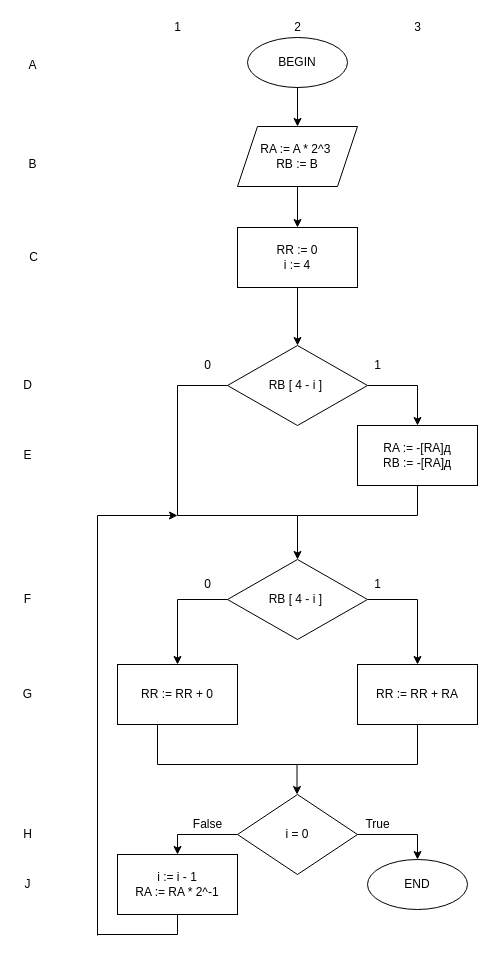
The draw.io diagram Блок операций_1_Умножение.drawio in TimurQQ/Workshop, before the edit. Source tidied: cells renumbered, new cells numbered last; positions are measured from the earlier drawing's top-left corner, leaving out a move shared by most shapes. Both pictures are drawn from the tidied source at 100%, with x=0, y=0 at pixel (17, 17).
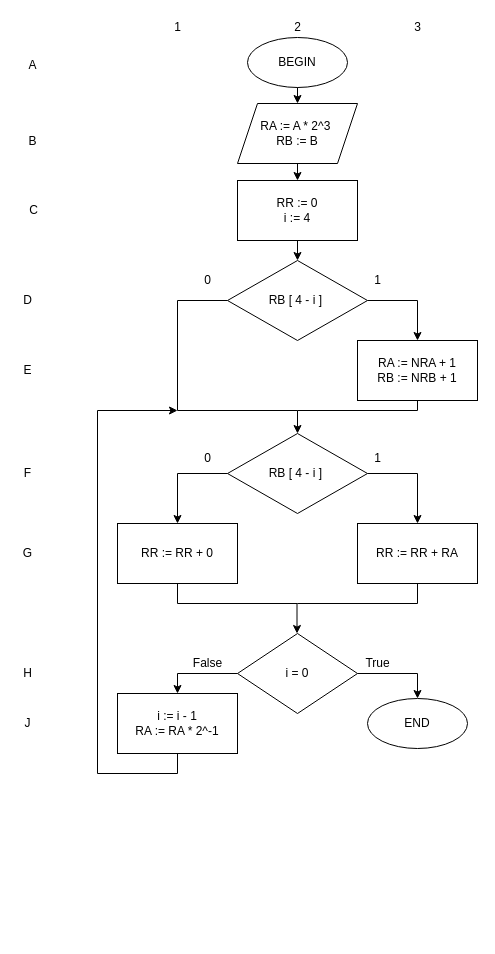
The same diagram, later.

What changed in the source:
```diff
@@
     <mxCell id="3" value="RA := A * 2^3&amp;nbsp;&lt;br&gt;RB := B" style="shape=parallelogram;perimeter=parallelogramPerimeter;whiteSpace=wrap;html=1;fixedSize=1;" parent="1" vertex="1">
-      <mxGeometry x="220" y="109" width="120" height="60" as="geometry" />
+      <mxGeometry x="220" y="86" width="120" height="60" as="geometry" />
     </mxCell>
@@
     <mxCell id="5" value="RR := 0&lt;br&gt;i := 4" style="rounded=0;whiteSpace=wrap;html=1;" parent="1" vertex="1">
-      <mxGeometry x="220" y="210" width="120" height="60" as="geometry" />
+      <mxGeometry x="220" y="163" width="120" height="60" as="geometry" />
     </mxCell>
@@
     <mxCell id="7" style="endArrow=none;html=1;rounded=0;entryX=1;entryY=0.5;entryDx=0;entryDy=0;" parent="1" edge="1" target="48">
       <mxGeometry relative="1" as="geometry">
-        <mxPoint x="400" y="368" as="sourcePoint" />
+        <mxPoint x="400" y="283" as="sourcePoint" />
       </mxGeometry>
     </mxCell>
     <mxCell id="8" style="endArrow=none;html=1;rounded=0;exitX=0;exitY=0.5;exitDx=0;exitDy=0;" parent="1" edge="1" source="48">
       <mxGeometry relative="1" as="geometry">
-        <mxPoint x="160" y="368" as="targetPoint" />
+        <mxPoint x="160" y="283" as="targetPoint" />
       </mxGeometry>
     </mxCell>
-    <mxCell id="9" value="RA := -[RA]д&lt;br&gt;RB := -[RA]д" style="rounded=0;whiteSpace=wrap;html=1;" parent="1" vertex="1">
-      <mxGeometry x="340" y="408" width="120" height="60" as="geometry" />
+    <mxCell id="9" value="RA := NRA + 1&lt;br&gt;RB := NRB + 1" style="rounded=0;whiteSpace=wrap;html=1;" parent="1" vertex="1">
+      <mxGeometry x="340" y="323" width="120" height="60" as="geometry" />
     </mxCell>
     <mxCell id="10" style="endArrow=none;html=1;rounded=0;" parent="1" edge="1">
       <mxGeometry relative="1" as="geometry">
-        <mxPoint x="160" y="498" as="sourcePoint" />
-        <mxPoint x="280" y="498" as="targetPoint" />
+        <mxPoint x="160" y="393" as="sourcePoint" />
+        <mxPoint x="280" y="393" as="targetPoint" />
       </mxGeometry>
     </mxCell>
     <mxCell id="11" style="endArrow=classic;html=1;rounded=0;entryX=0.5;entryY=0;entryDx=0;entryDy=0;" parent="1" edge="1" target="16">
       <mxGeometry relative="1" as="geometry">
-        <mxPoint x="280" y="498" as="sourcePoint" />
+        <mxPoint x="280" y="393" as="sourcePoint" />
       </mxGeometry>
     </mxCell>
     <mxCell id="12" style="endArrow=none;html=1;rounded=0;entryX=0.5;entryY=1;entryDx=0;entryDy=0;" parent="1" edge="1" target="9">
       <mxGeometry relative="1" as="geometry">
-        <mxPoint x="400" y="498" as="sourcePoint" />
+        <mxPoint x="400" y="393" as="sourcePoint" />
       </mxGeometry>
     </mxCell>
     <mxCell id="13" style="endArrow=none;html=1;rounded=0;" parent="1" edge="1">
       <mxGeometry relative="1" as="geometry">
-        <mxPoint x="280" y="498" as="sourcePoint" />
-        <mxPoint x="400" y="498" as="targetPoint" />
+        <mxPoint x="280" y="393" as="sourcePoint" />
+        <mxPoint x="400" y="393" as="targetPoint" />
       </mxGeometry>
     </mxCell>
     <mxCell id="14" value="0" style="text;html=1;align=center;verticalAlign=middle;strokeColor=none;fillColor=none;" parent="1" vertex="1">
-      <mxGeometry x="180" y="338" width="20" height="20" as="geometry" />
+      <mxGeometry x="180" y="253" width="20" height="20" as="geometry" />
     </mxCell>
     <mxCell id="15" value="1" style="text;html=1;align=center;verticalAlign=middle;strokeColor=none;fillColor=none;strokeWidth=1;" parent="1" vertex="1">
-      <mxGeometry x="350" y="338" width="20" height="20" as="geometry" />
+      <mxGeometry x="350" y="253" width="20" height="20" as="geometry" />
     </mxCell>
     <mxCell id="16" value="RB [ 4 - i ]&amp;nbsp;" style="rhombus;whiteSpace=wrap;html=1;strokeWidth=1;" parent="1" vertex="1">
-      <mxGeometry x="210" y="542" width="140" height="80" as="geometry" />
+      <mxGeometry x="210" y="416" width="140" height="80" as="geometry" />
     </mxCell>
     <mxCell id="17" style="endArrow=none;html=1;rounded=0;exitX=1;exitY=0.5;exitDx=0;exitDy=0;" parent="1" edge="1" source="16">
       <mxGeometry relative="1" as="geometry">
-        <mxPoint x="400" y="582" as="targetPoint" />
+        <mxPoint x="400" y="456" as="targetPoint" />
       </mxGeometry>
     </mxCell>
     <mxCell id="18" style="endArrow=none;html=1;rounded=0;exitX=0;exitY=0.5;exitDx=0;exitDy=0;" parent="1" edge="1" source="16">
       <mxGeometry relative="1" as="geometry">
-        <mxPoint x="160" y="582" as="targetPoint" />
+        <mxPoint x="160" y="456" as="targetPoint" />
       </mxGeometry>
     </mxCell>
     <mxCell id="19" value="1" style="text;html=1;align=center;verticalAlign=middle;strokeColor=none;fillColor=none;strokeWidth=1;" parent="1" vertex="1">
-      <mxGeometry x="350" y="557" width="20" height="20" as="geometry" />
+      <mxGeometry x="350" y="431" width="20" height="20" as="geometry" />
     </mxCell>
     <mxCell id="20" value="0" style="text;html=1;align=center;verticalAlign=middle;strokeColor=none;fillColor=none;" parent="1" vertex="1">
-      <mxGeometry x="180" y="557" width="20" height="20" as="geometry" />
+      <mxGeometry x="180" y="431" width="20" height="20" as="geometry" />
     </mxCell>
     <mxCell id="21" value="RR := RR + RA" style="rounded=0;whiteSpace=wrap;html=1;strokeWidth=1;" parent="1" vertex="1">
-      <mxGeometry x="340" y="647" width="120" height="60" as="geometry" />
+      <mxGeometry x="340" y="506" width="120" height="60" as="geometry" />
     </mxCell>
     <mxCell id="22" style="endArrow=classic;html=1;rounded=0;entryX=0.5;entryY=0;entryDx=0;entryDy=0;" parent="1" edge="1" target="21">
       <mxGeometry relative="1" as="geometry">
-        <mxPoint x="400" y="582" as="sourcePoint" />
+        <mxPoint x="400" y="456" as="sourcePoint" />
       </mxGeometry>
     </mxCell>
     <mxCell id="23" value="RR := RR + 0" style="rounded=0;whiteSpace=wrap;html=1;strokeWidth=1;" parent="1" vertex="1">
-      <mxGeometry x="100" y="647" width="120" height="60" as="geometry" />
+      <mxGeometry x="100" y="506" width="120" height="60" as="geometry" />
     </mxCell>
     <mxCell id="24" style="endArrow=classic;html=1;rounded=0;entryX=0.5;entryY=0;entryDx=0;entryDy=0;" parent="1" edge="1" target="23">
       <mxGeometry relative="1" as="geometry">
-        <mxPoint x="160" y="582" as="sourcePoint" />
+        <mxPoint x="160" y="456" as="sourcePoint" />
       </mxGeometry>
     </mxCell>
-    <mxCell id="25" style="endArrow=none;html=1;rounded=0;" parent="1" edge="1">
+    <mxCell id="25" style="endArrow=none;html=1;rounded=0;exitX=0.5;exitY=1;exitDx=0;exitDy=0;" parent="1" edge="1" source="23">
       <mxGeometry relative="1" as="geometry">
-        <mxPoint x="140" y="707" as="sourcePoint" />
-        <mxPoint x="140" y="747" as="targetPoint" />
+        <mxPoint x="160" y="586" as="targetPoint" />
       </mxGeometry>
     </mxCell>
     <mxCell id="26" style="endArrow=none;html=1;rounded=0;exitX=0.5;exitY=1;exitDx=0;exitDy=0;" parent="1" edge="1" source="21">
       <mxGeometry relative="1" as="geometry">
-        <mxPoint x="400" y="747" as="targetPoint" />
+        <mxPoint x="400" y="586" as="targetPoint" />
       </mxGeometry>
     </mxCell>
     <mxCell id="27" style="endArrow=none;html=1;rounded=0;" parent="1" edge="1">
       <mxGeometry relative="1" as="geometry">
-        <mxPoint x="140" y="747" as="sourcePoint" />
-        <mxPoint x="280" y="747" as="targetPoint" />
+        <mxPoint x="160" y="586" as="sourcePoint" />
+        <mxPoint x="280" y="586" as="targetPoint" />
       </mxGeometry>
     </mxCell>
     <mxCell id="28" style="endArrow=none;html=1;rounded=0;" parent="1" edge="1">
       <mxGeometry relative="1" as="geometry">
-        <mxPoint x="280" y="747" as="sourcePoint" />
-        <mxPoint x="400" y="747" as="targetPoint" />
+        <mxPoint x="280" y="586" as="sourcePoint" />
+        <mxPoint x="400" y="586" as="targetPoint" />
       </mxGeometry>
     </mxCell>
     <mxCell id="29" style="endArrow=classic;html=1;rounded=0;" parent="1" edge="1">
       <mxGeometry relative="1" as="geometry">
-        <mxPoint x="279.5" y="747" as="sourcePoint" />
-        <mxPoint x="279.5" y="777" as="targetPoint" />
+        <mxPoint x="279.5" y="586" as="sourcePoint" />
+        <mxPoint x="279.5" y="616" as="targetPoint" />
       </mxGeometry>
     </mxCell>
     <mxCell id="30" value="i = 0" style="rhombus;whiteSpace=wrap;html=1;strokeWidth=1;" parent="1" vertex="1">
-      <mxGeometry x="220" y="777" width="120" height="80" as="geometry" />
+      <mxGeometry x="220" y="616" width="120" height="80" as="geometry" />
     </mxCell>
     <mxCell id="31" style="endArrow=none;html=1;rounded=0;entryX=1;entryY=0.5;entryDx=0;entryDy=0;" parent="1" edge="1" target="30">
       <mxGeometry relative="1" as="geometry">
-        <mxPoint x="400" y="817" as="sourcePoint" />
+        <mxPoint x="400" y="656" as="sourcePoint" />
       </mxGeometry>
     </mxCell>
     <mxCell id="32" style="endArrow=none;html=1;rounded=0;entryX=0;entryY=0.5;entryDx=0;entryDy=0;" parent="1" edge="1" target="30">
       <mxGeometry relative="1" as="geometry">
-        <mxPoint x="160" y="817" as="sourcePoint" />
+        <mxPoint x="160" y="656" as="sourcePoint" />
       </mxGeometry>
     </mxCell>
     <mxCell id="33" value="True" style="text;html=1;align=center;verticalAlign=middle;strokeColor=none;fillColor=none;" parent="1" vertex="1">
-      <mxGeometry x="340" y="797" width="40" height="20" as="geometry" />
+      <mxGeometry x="340" y="636" width="40" height="20" as="geometry" />
     </mxCell>
     <mxCell id="34" value="False" style="text;html=1;align=center;verticalAlign=middle;strokeColor=none;fillColor=none;" parent="1" vertex="1">
-      <mxGeometry x="170" y="797" width="40" height="20" as="geometry" />
+      <mxGeometry x="170" y="636" width="40" height="20" as="geometry" />
     </mxCell>
     <mxCell id="35" style="endArrow=classic;html=1;rounded=0;" parent="1" edge="1" target="36">
       <mxGeometry relative="1" as="geometry">
-        <mxPoint x="400" y="817" as="sourcePoint" />
+        <mxPoint x="400" y="656" as="sourcePoint" />
       </mxGeometry>
     </mxCell>
     <mxCell id="36" value="END" style="ellipse;whiteSpace=wrap;html=1;strokeWidth=1;" parent="1" vertex="1">
-      <mxGeometry x="350" y="842" width="100" height="50" as="geometry" />
+      <mxGeometry x="350" y="681" width="100" height="50" as="geometry" />
     </mxCell>
     <mxCell id="37" value="i := i - 1&lt;br&gt;RA := RA * 2^-1" style="rounded=0;whiteSpace=wrap;html=1;strokeWidth=1;" parent="1" vertex="1">
-      <mxGeometry x="100" y="837" width="120" height="60" as="geometry" />
+      <mxGeometry x="100" y="676" width="120" height="60" as="geometry" />
     </mxCell>
     <mxCell id="38" style="endArrow=classic;html=1;rounded=0;entryX=0.5;entryY=0;entryDx=0;entryDy=0;" parent="1" edge="1" target="37">
       <mxGeometry relative="1" as="geometry">
-        <mxPoint x="160" y="817" as="sourcePoint" />
+        <mxPoint x="160" y="656" as="sourcePoint" />
       </mxGeometry>
     </mxCell>
     <mxCell id="39" style="endArrow=none;html=1;rounded=0;exitX=0.5;exitY=1;exitDx=0;exitDy=0;" parent="1" edge="1" source="37">
       <mxGeometry relative="1" as="geometry">
-        <mxPoint x="160" y="917" as="targetPoint" />
+        <mxPoint x="160" y="756" as="targetPoint" />
       </mxGeometry>
     </mxCell>
     <mxCell id="40" style="endArrow=none;html=1;rounded=0;" parent="1" edge="1">
       <mxGeometry relative="1" as="geometry">
-        <mxPoint x="160" y="917" as="sourcePoint" />
-        <mxPoint x="80" y="917" as="targetPoint" />
+        <mxPoint x="160" y="756" as="sourcePoint" />
+        <mxPoint x="80" y="756" as="targetPoint" />
       </mxGeometry>
     </mxCell>
     <mxCell id="41" style="endArrow=none;html=1;rounded=0;" parent="1" edge="1">
       <mxGeometry relative="1" as="geometry">
-        <mxPoint x="80" y="918" as="sourcePoint" />
-        <mxPoint x="80" y="498" as="targetPoint" />
+        <mxPoint x="80" y="756" as="sourcePoint" />
+        <mxPoint x="80" y="393" as="targetPoint" />
       </mxGeometry>
     </mxCell>
     <mxCell id="42" style="endArrow=classic;html=1;rounded=0;" parent="1" edge="1">
       <mxGeometry relative="1" as="geometry">
-        <mxPoint x="80" y="498" as="sourcePoint" />
-        <mxPoint x="160" y="498" as="targetPoint" />
+        <mxPoint x="80" y="393" as="sourcePoint" />
+        <mxPoint x="160" y="393" as="targetPoint" />
       </mxGeometry>
     </mxCell>
@@
     <mxCell id="47" value="B" style="text;html=1;align=center;verticalAlign=middle;strokeColor=none;fillColor=none;" parent="1" vertex="1">
-      <mxGeometry x="5" y="137" width="20" height="20" as="geometry" />
+      <mxGeometry x="5" y="114" width="20" height="20" as="geometry" />
     </mxCell>
     <mxCell id="48" value="RB [ 4 - i ]&amp;nbsp;" style="rhombus;whiteSpace=wrap;html=1;strokeWidth=1;" parent="1" vertex="1">
-      <mxGeometry x="210" y="328" width="140" height="80" as="geometry" />
+      <mxGeometry x="210" y="243" width="140" height="80" as="geometry" />
     </mxCell>
     <mxCell id="49" style="endArrow=none;html=1;rounded=0;" parent="1" edge="1">
       <mxGeometry relative="1" as="geometry">
-        <mxPoint x="160" y="368" as="sourcePoint" />
-        <mxPoint x="160" y="498" as="targetPoint" />
+        <mxPoint x="160" y="283" as="sourcePoint" />
+        <mxPoint x="160" y="393" as="targetPoint" />
       </mxGeometry>
     </mxCell>
     <mxCell id="50" style="endArrow=classic;html=1;rounded=0;entryX=0.5;entryY=0;entryDx=0;entryDy=0;" parent="1" edge="1" target="9">
       <mxGeometry relative="1" as="geometry">
-        <mxPoint x="400" y="368" as="sourcePoint" />
+        <mxPoint x="400" y="283" as="sourcePoint" />
       </mxGeometry>
     </mxCell>
@@
     <mxCell id="52" value="D" style="text;html=1;align=center;verticalAlign=middle;strokeColor=none;fillColor=none;" parent="1" vertex="1">
-      <mxGeometry y="358" width="20" height="20" as="geometry" />
+      <mxGeometry y="273" width="20" height="20" as="geometry" />
     </mxCell>
     <mxCell id="53" value="E" style="text;html=1;align=center;verticalAlign=middle;strokeColor=none;fillColor=none;" parent="1" vertex="1">
-      <mxGeometry y="428" width="20" height="20" as="geometry" />
+      <mxGeometry y="343" width="20" height="20" as="geometry" />
     </mxCell>
     <mxCell id="54" value="F" style="text;html=1;align=center;verticalAlign=middle;strokeColor=none;fillColor=none;" parent="1" vertex="1">
-      <mxGeometry y="572" width="20" height="20" as="geometry" />
+      <mxGeometry y="446" width="20" height="20" as="geometry" />
     </mxCell>
     <mxCell id="55" value="G" style="text;html=1;align=center;verticalAlign=middle;strokeColor=none;fillColor=none;" parent="1" vertex="1">
-      <mxGeometry y="667" width="20" height="20" as="geometry" />
+      <mxGeometry y="526" width="20" height="20" as="geometry" />
     </mxCell>
     <mxCell id="56" value="H" style="text;html=1;align=center;verticalAlign=middle;strokeColor=none;fillColor=none;" parent="1" vertex="1">
-      <mxGeometry y="807" width="20" height="20" as="geometry" />
+      <mxGeometry y="646" width="20" height="20" as="geometry" />
     </mxCell>
     <mxCell id="57" value="J" style="text;html=1;align=center;verticalAlign=middle;strokeColor=none;fillColor=none;" parent="1" vertex="1">
-      <mxGeometry y="857" width="20" height="20" as="geometry" />
+      <mxGeometry y="696" width="20" height="20" as="geometry" />
     </mxCell>
     <mxCell id="58" value="C" style="text;html=1;align=center;verticalAlign=middle;strokeColor=none;fillColor=none;" parent="1" vertex="1">
-      <mxGeometry x="6" y="231" width="19" height="18" as="geometry" />
+      <mxGeometry x="6" y="184" width="19" height="18" as="geometry" />
     </mxCell>
```
